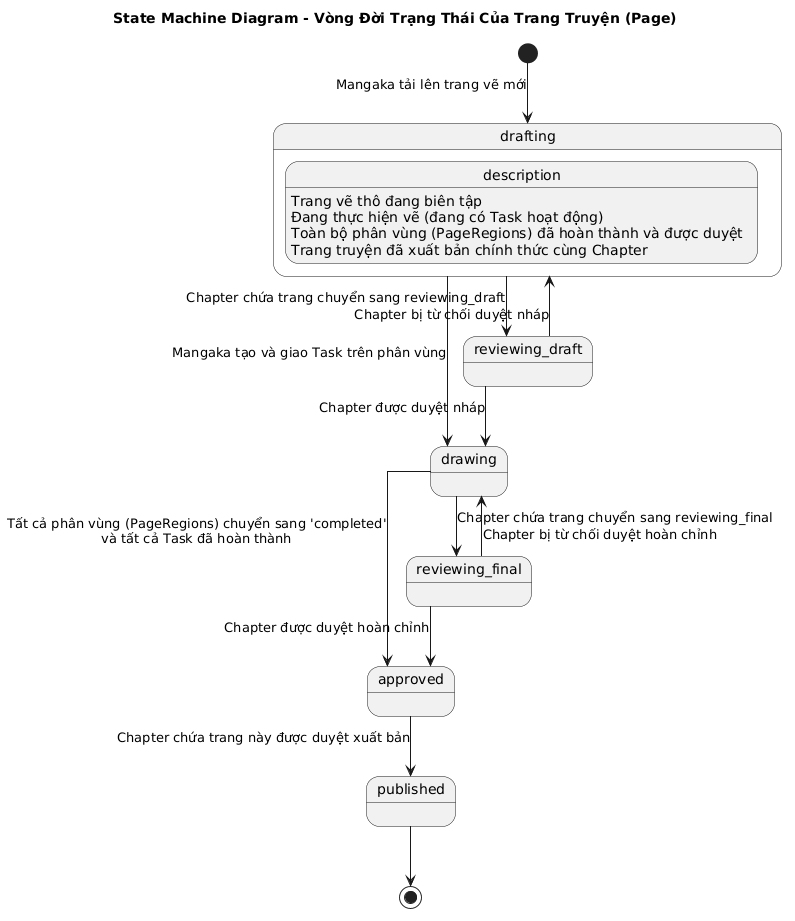
This is assets/diagrams/Chapter3_IMAGE/State_Machine_Page.png from trongtan0079/manga-workflow-report, a PlantUML export, as it was before one commit. The source it was exported from:
```plantuml
@startuml
title State Machine Diagram - Vòng Đời Trạng Thái Của Trang Truyện (Page)

skinparam backgroundColor white
skinparam shadowing false
skinparam linetype ortho

[*] --> drafting : Mangaka tải lên trang vẽ mới

state drafting {
    description : Trang vẽ thô đang biên tập
}

state drawing {
    description : Đang thực hiện vẽ (đang có Task hoạt động)
}

state approved {
    description : Toàn bộ phân vùng (PageRegions) đã hoàn thành và được duyệt
}

state published {
    description : Trang truyện đã xuất bản chính thức cùng Chapter
}

drafting --> drawing : Mangaka tạo và giao Task trên phân vùng
drafting --> reviewing_draft : Chapter chứa trang chuyển sang reviewing_draft
reviewing_draft --> drafting : Chapter bị từ chối duyệt nháp
reviewing_draft --> drawing : Chapter được duyệt nháp
drawing --> reviewing_final : Chapter chứa trang chuyển sang reviewing_final
reviewing_final --> drawing : Chapter bị từ chối duyệt hoàn chỉnh

drawing --> approved : Tất cả phân vùng (PageRegions) chuyển sang 'completed'\nvà tất cả Task đã hoàn thành
reviewing_final --> approved : Chapter được duyệt hoàn chỉnh

approved --> published : Chapter chứa trang này được duyệt xuất bản

published --> [*]

@enduml
```
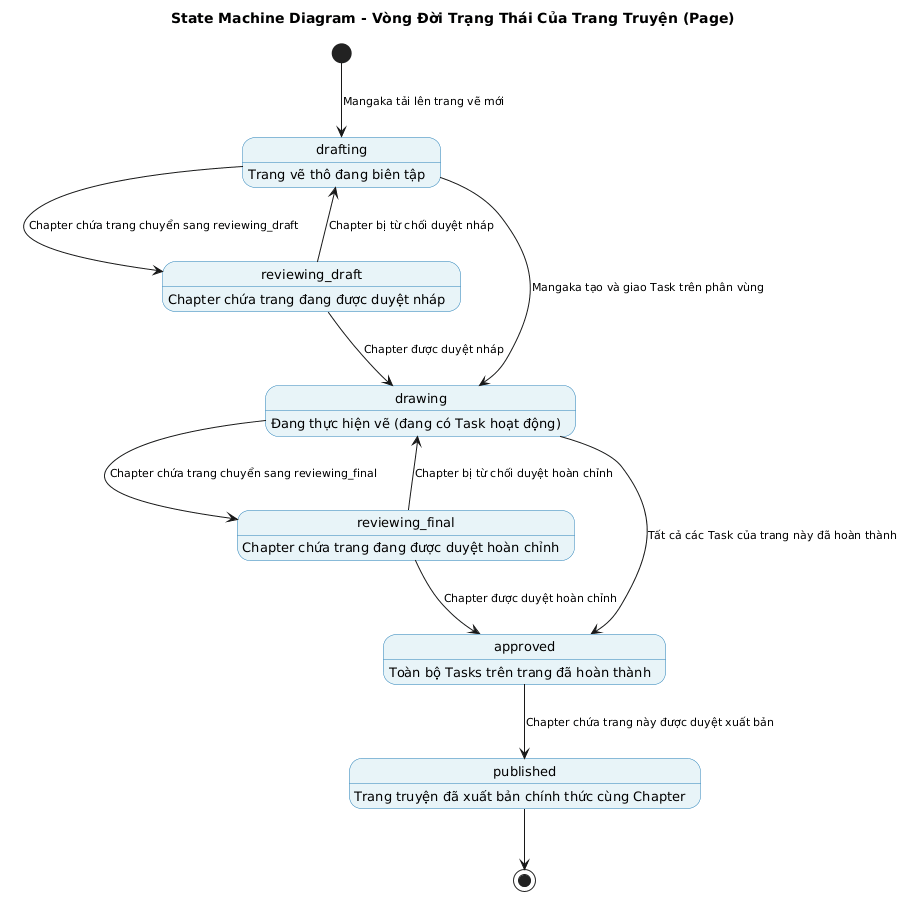
After the change.

The edit, as a diff of the source:
```diff
@@ -3,38 +3,35 @@
 
 skinparam backgroundColor white
 skinparam shadowing false
-skinparam linetype ortho
+skinparam state {
+    BackgroundColor #E8F4F8
+    BorderColor #2980B9
+    FontSize 13
+}
+skinparam ArrowFontSize 11
 
 [*] --> drafting : Mangaka tải lên trang vẽ mới
 
-state drafting {
-    description : Trang vẽ thô đang biên tập
-}
+drafting : Trang vẽ thô đang biên tập
+reviewing_draft : Chapter chứa trang đang được duyệt nháp
+drawing : Đang thực hiện vẽ (đang có Task hoạt động)
+reviewing_final : Chapter chứa trang đang được duyệt hoàn chỉnh
+approved : Toàn bộ Tasks trên trang đã hoàn thành
+published : Trang truyện đã xuất bản chính thức cùng Chapter
 
-state drawing {
-    description : Đang thực hiện vẽ (đang có Task hoạt động)
-}
-
-state approved {
-    description : Toàn bộ phân vùng (PageRegions) đã hoàn thành và được duyệt
-}
-
-state published {
-    description : Trang truyện đã xuất bản chính thức cùng Chapter
-}
-
-drafting --> drawing : Mangaka tạo và giao Task trên phân vùng
 drafting --> reviewing_draft : Chapter chứa trang chuyển sang reviewing_draft
 reviewing_draft --> drafting : Chapter bị từ chối duyệt nháp
 reviewing_draft --> drawing : Chapter được duyệt nháp
+
+drafting --> drawing : Mangaka tạo và giao Task trên phân vùng
+
 drawing --> reviewing_final : Chapter chứa trang chuyển sang reviewing_final
 reviewing_final --> drawing : Chapter bị từ chối duyệt hoàn chỉnh
 
-drawing --> approved : Tất cả phân vùng (PageRegions) chuyển sang 'completed'\nvà tất cả Task đã hoàn thành
+drawing --> approved : Tất cả các Task của trang này đã hoàn thành
 reviewing_final --> approved : Chapter được duyệt hoàn chỉnh
 
 approved --> published : Chapter chứa trang này được duyệt xuất bản
 
 published --> [*]
-
 @enduml
```
